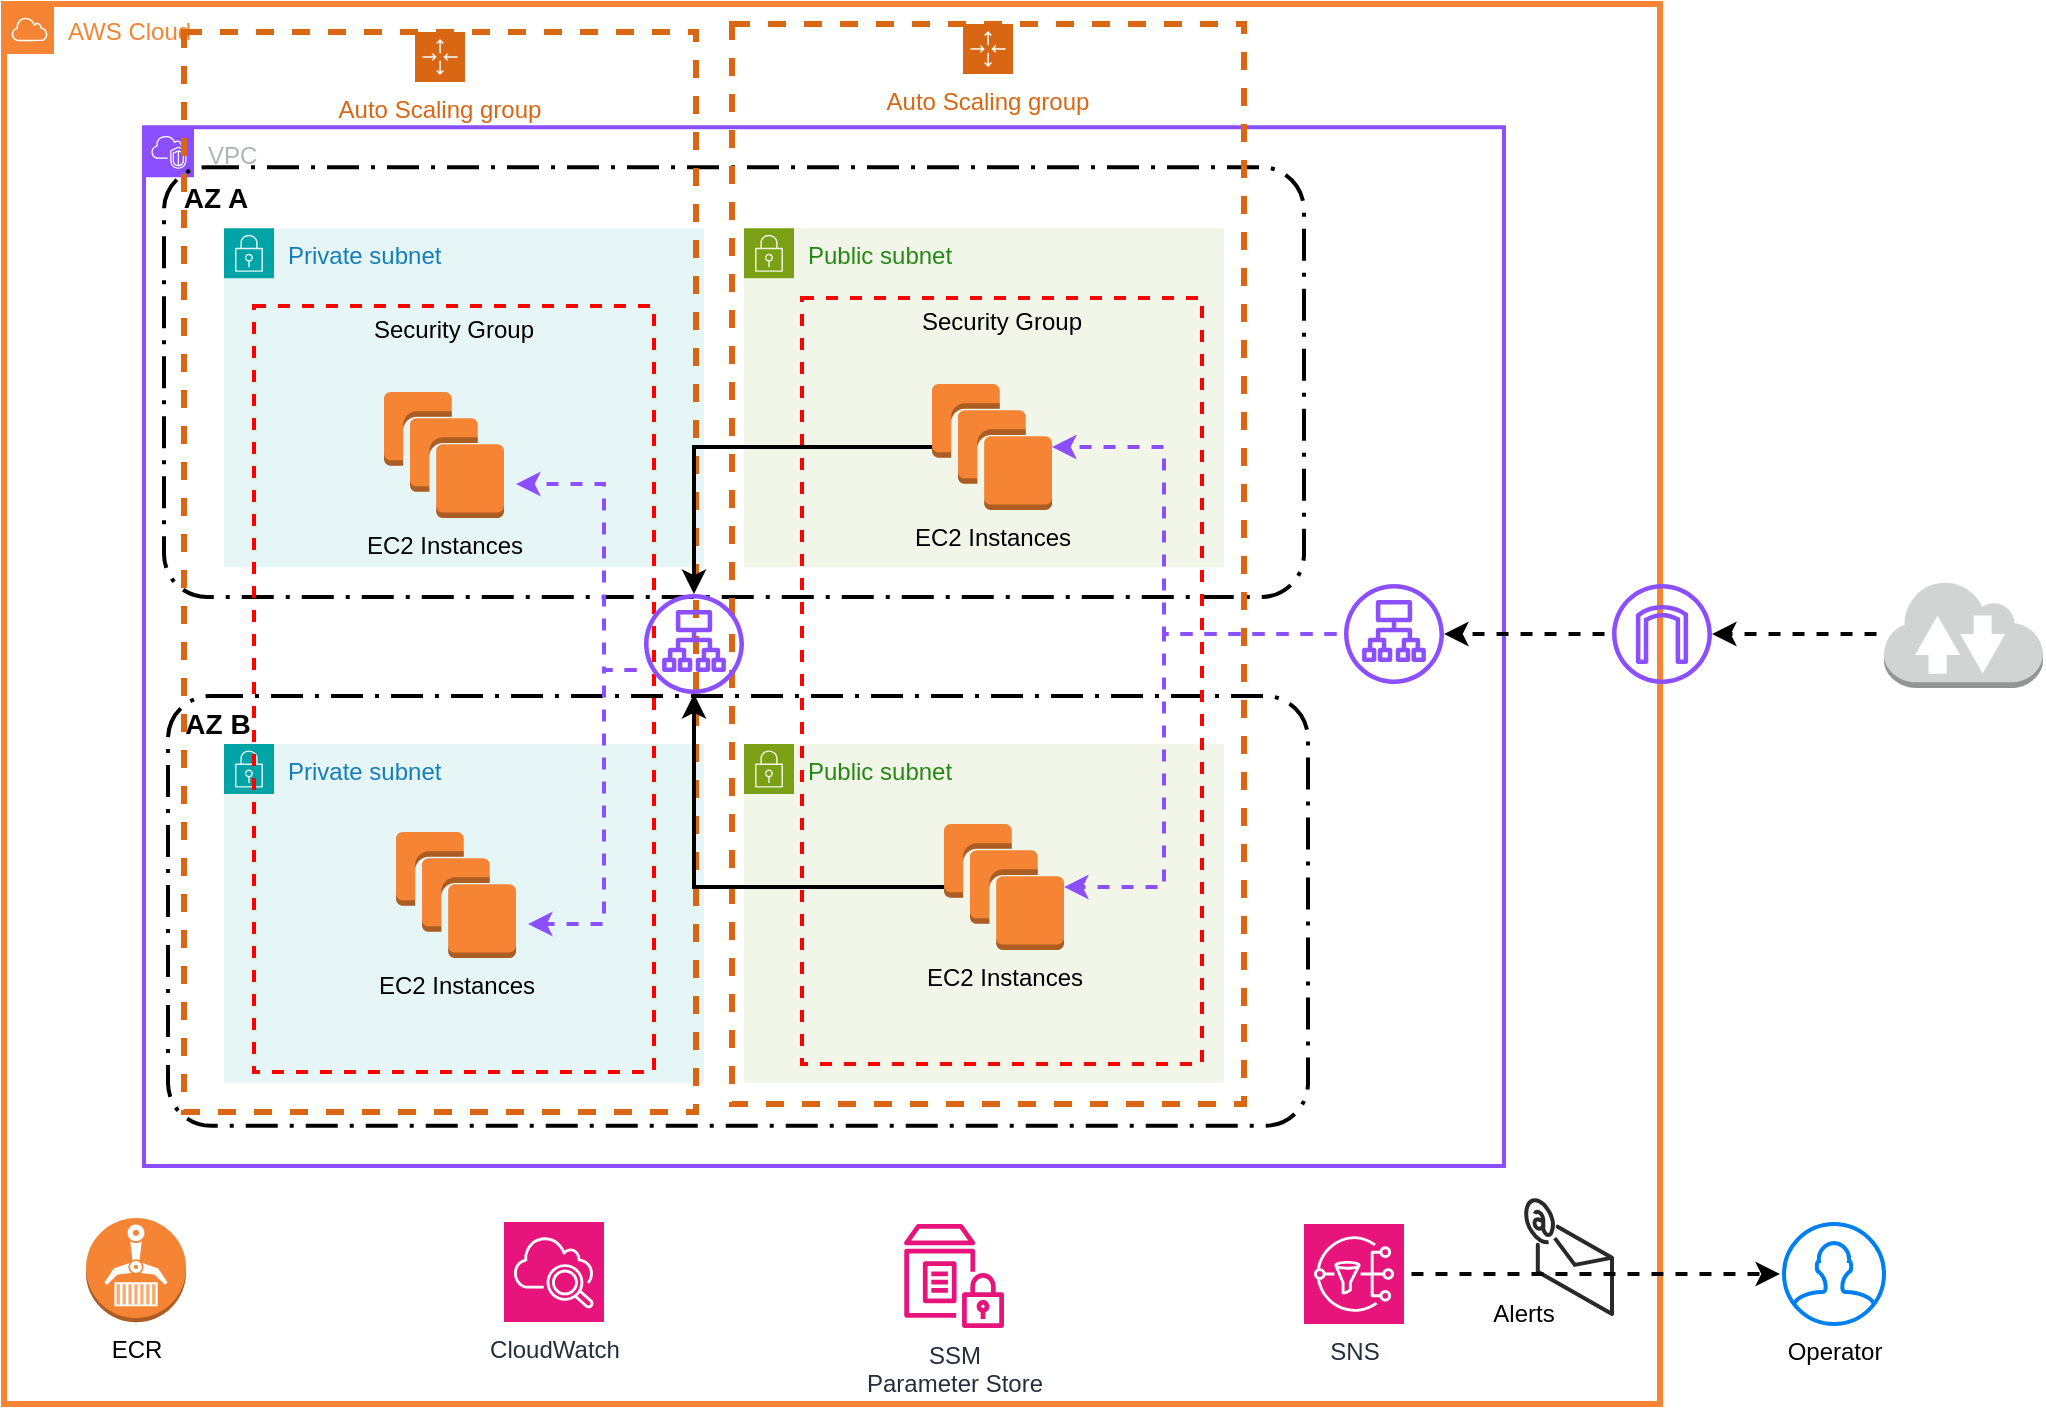
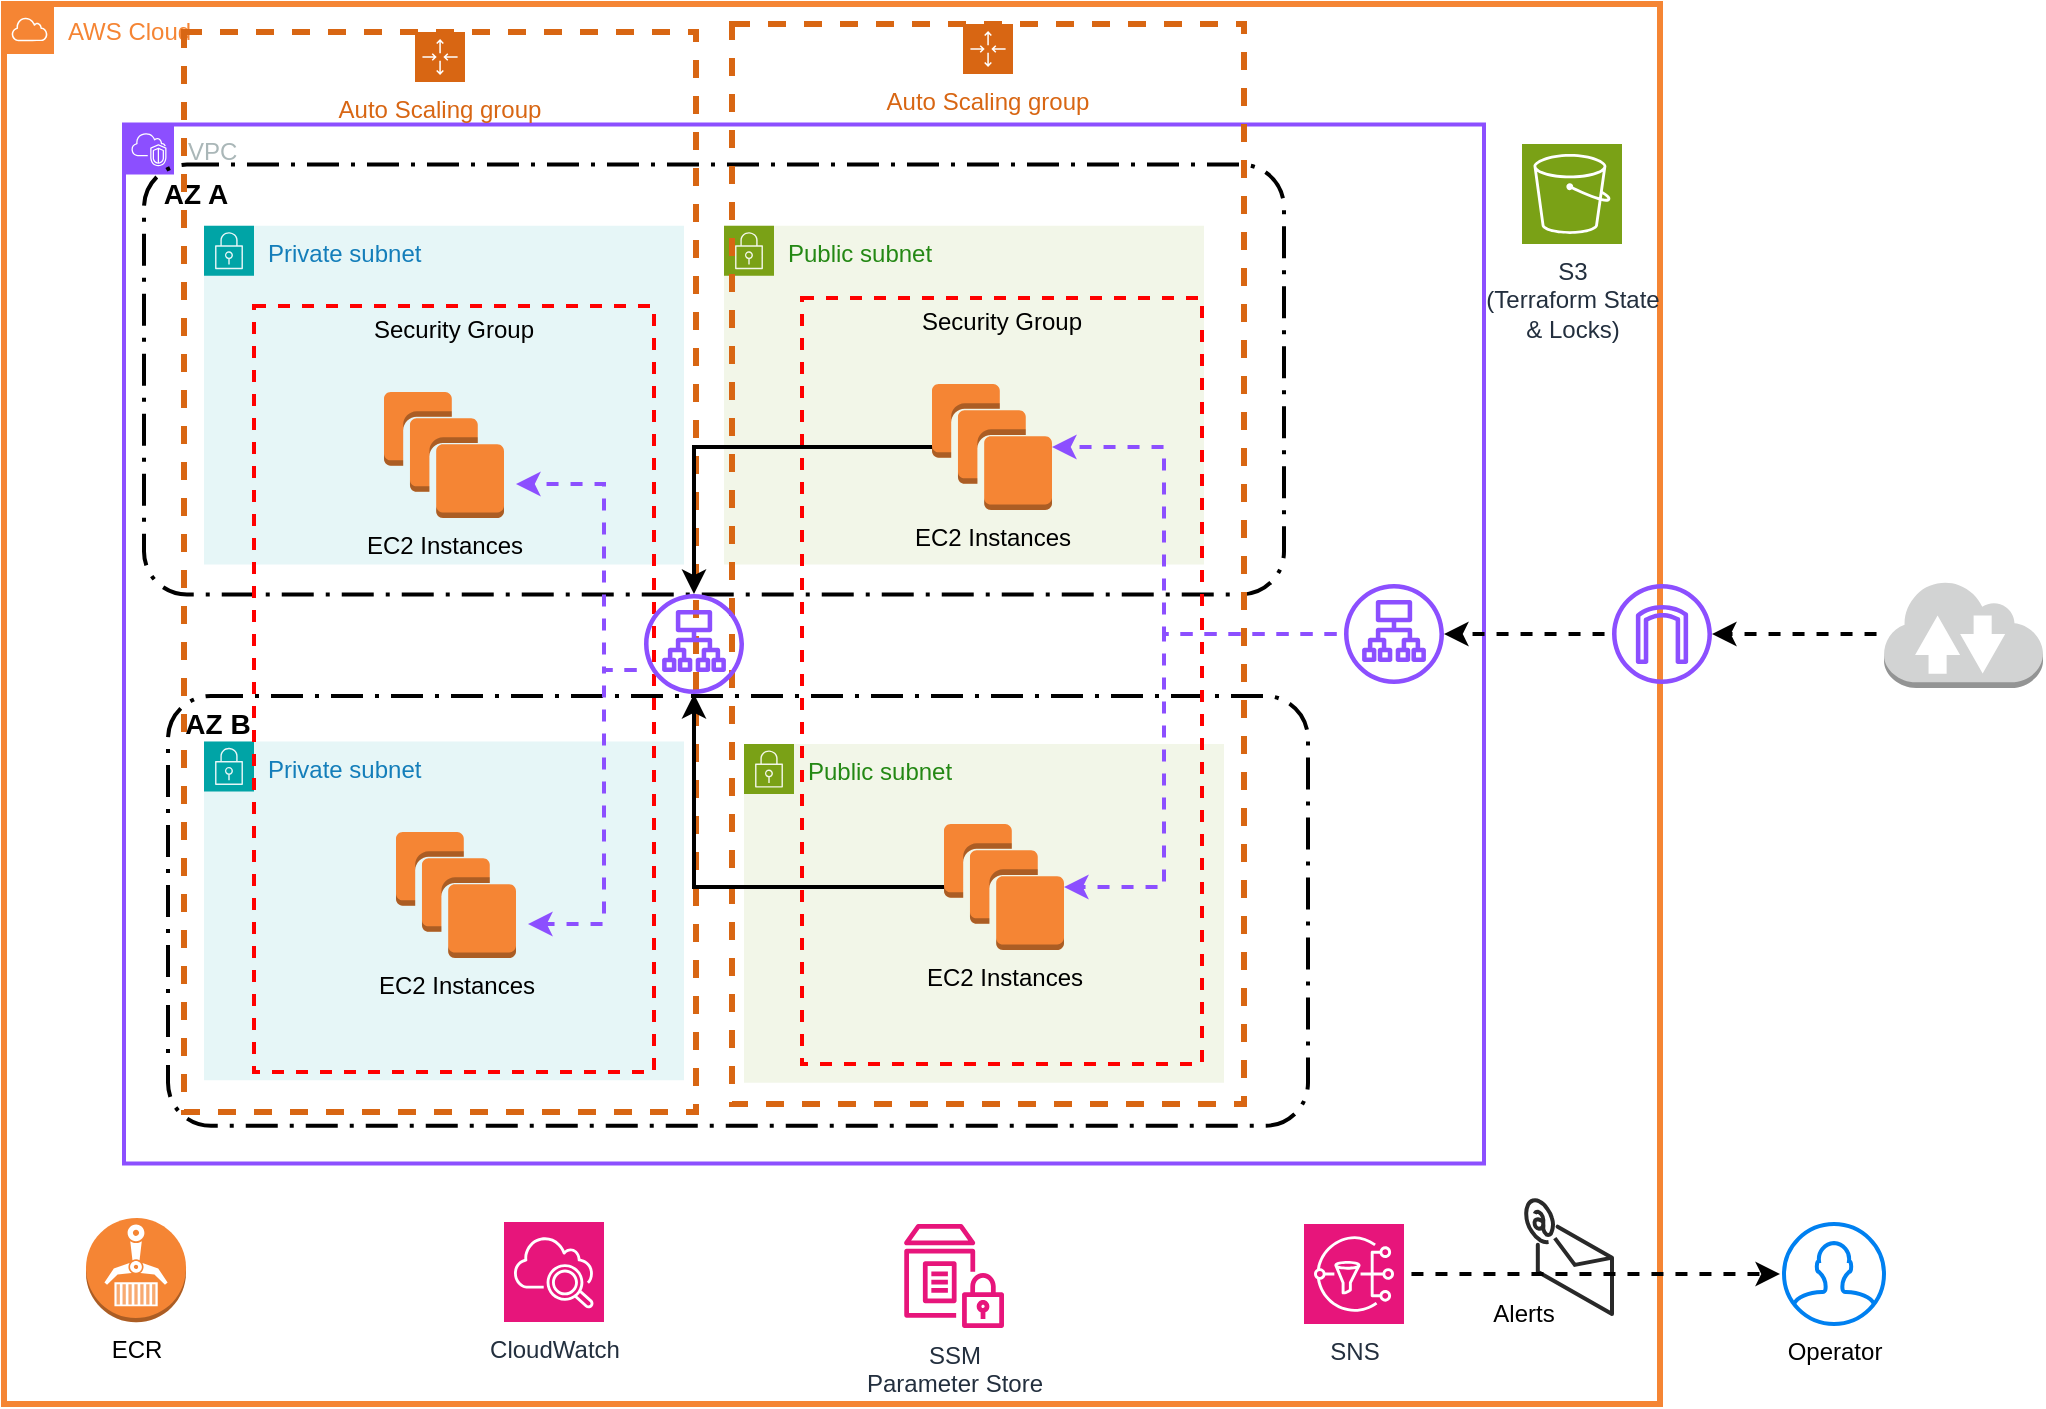
<mxfile host="Electron" pages="2">
  <diagram name="base.infra" id="Wlg3GRKtD0a5Hm-VBESS">
    <mxGraphModel dx="1006" dy="749" grid="1" gridSize="10" guides="1" tooltips="1" connect="1" arrows="1" fold="1" page="1" pageScale="1" pageWidth="827" pageHeight="1169" math="0" shadow="0">
      <root>
        <mxCell id="0" />
        <mxCell id="1" parent="0" />
        <mxCell id="nsOT9R_EV_EPsh7IC3CZ-16" parent="1" style="points=[[0,0],[0.25,0],[0.5,0],[0.75,0],[1,0],[1,0.25],[1,0.5],[1,0.75],[1,1],[0.75,1],[0.5,1],[0.25,1],[0,1],[0,0.75],[0,0.5],[0,0.25]];outlineConnect=0;gradientColor=none;html=1;whiteSpace=wrap;fontSize=12;fontStyle=0;container=1;pointerEvents=0;collapsible=0;recursiveResize=0;shape=mxgraph.aws4.group;grIcon=mxgraph.aws4.group_security_group;grStroke=0;strokeColor=#7AA116;fillColor=#F2F6E8;verticalAlign=top;align=left;spacingLeft=30;fontColor=#248814;dashed=0;dropTarget=1;" value="Public subnet" vertex="1">
          <mxGeometry height="169.43" width="240" x="420" y="550" as="geometry" />
        </mxCell>
        <mxCell id="nsOT9R_EV_EPsh7IC3CZ-23" parent="1" style="rounded=1;arcSize=10;dashed=1;fillColor=none;gradientColor=none;dashPattern=8 3 1 3;strokeWidth=2;" value="" vertex="1">
          <mxGeometry height="214.93" width="570" x="132" y="526" as="geometry" />
        </mxCell>
        <mxCell id="nsOT9R_EV_EPsh7IC3CZ-1" parent="1" style="sketch=0;outlineConnect=0;gradientColor=none;html=1;whiteSpace=wrap;fontSize=12;fontStyle=0;shape=mxgraph.aws4.group;grIcon=mxgraph.aws4.group_aws_cloud;strokeColor=#F58534;fillColor=none;verticalAlign=top;align=left;spacingLeft=30;fontColor=#F58534;dashed=0;strokeWidth=3;container=1;dropTarget=1;collapsible=0;recursiveResize=0;" value="AWS Cloud" vertex="1">
          <mxGeometry height="700" width="828" x="50" y="180" as="geometry" />
        </mxCell>
        <mxCell id="nsOT9R_EV_EPsh7IC3CZ-3" parent="nsOT9R_EV_EPsh7IC3CZ-1" style="points=[[0,0],[0.25,0],[0.5,0],[0.75,0],[1,0],[1,0.25],[1,0.5],[1,0.75],[1,1],[0.75,1],[0.5,1],[0.25,1],[0,1],[0,0.75],[0,0.5],[0,0.25]];outlineConnect=0;gradientColor=none;html=1;whiteSpace=wrap;fontSize=12;fontStyle=0;container=1;pointerEvents=0;collapsible=0;recursiveResize=0;shape=mxgraph.aws4.group;grIcon=mxgraph.aws4.group_vpc2;strokeColor=#8C4FFF;fillColor=none;verticalAlign=top;align=left;spacingLeft=30;fontColor=#AAB7B8;dashed=0;strokeWidth=2;dropTarget=1;expand=0;" value="VPC" vertex="1">
-           <mxGeometry height="519.43" width="680" x="70" y="61.57" as="geometry" />
+           <mxGeometry height="519.43" width="680" x="60" y="60.29" as="geometry" />
        </mxCell>
        <mxCell id="nsOT9R_EV_EPsh7IC3CZ-4" parent="nsOT9R_EV_EPsh7IC3CZ-3" style="points=[[0,0],[0.25,0],[0.5,0],[0.75,0],[1,0],[1,0.25],[1,0.5],[1,0.75],[1,1],[0.75,1],[0.5,1],[0.25,1],[0,1],[0,0.75],[0,0.5],[0,0.25]];outlineConnect=0;gradientColor=none;html=1;whiteSpace=wrap;fontSize=12;fontStyle=0;container=1;pointerEvents=0;collapsible=0;recursiveResize=0;shape=mxgraph.aws4.group;grIcon=mxgraph.aws4.group_security_group;grStroke=0;strokeColor=#00A4A6;fillColor=#E6F6F7;verticalAlign=top;align=left;spacingLeft=30;fontColor=#147EBA;dashed=0;dropTarget=1;" value="Private subnet" vertex="1">
          <mxGeometry height="169.43" width="240" x="40" y="50.57" as="geometry" />
        </mxCell>
        <mxCell id="nsOT9R_EV_EPsh7IC3CZ-5" parent="nsOT9R_EV_EPsh7IC3CZ-3" style="points=[[0,0],[0.25,0],[0.5,0],[0.75,0],[1,0],[1,0.25],[1,0.5],[1,0.75],[1,1],[0.75,1],[0.5,1],[0.25,1],[0,1],[0,0.75],[0,0.5],[0,0.25]];outlineConnect=0;gradientColor=none;html=1;whiteSpace=wrap;fontSize=12;fontStyle=0;container=1;pointerEvents=0;collapsible=0;recursiveResize=0;shape=mxgraph.aws4.group;grIcon=mxgraph.aws4.group_security_group;grStroke=0;strokeColor=#7AA116;fillColor=#F2F6E8;verticalAlign=top;align=left;spacingLeft=30;fontColor=#248814;dashed=0;dropTarget=1;" value="Public subnet" vertex="1">
          <mxGeometry height="169.43" width="240" x="300" y="50.57" as="geometry" />
        </mxCell>
        <mxCell id="nsOT9R_EV_EPsh7IC3CZ-18" parent="nsOT9R_EV_EPsh7IC3CZ-3" style="points=[[0,0],[0.25,0],[0.5,0],[0.75,0],[1,0],[1,0.25],[1,0.5],[1,0.75],[1,1],[0.75,1],[0.5,1],[0.25,1],[0,1],[0,0.75],[0,0.5],[0,0.25]];outlineConnect=0;gradientColor=none;html=1;whiteSpace=wrap;fontSize=12;fontStyle=0;container=1;pointerEvents=0;collapsible=0;recursiveResize=0;shape=mxgraph.aws4.group;grIcon=mxgraph.aws4.group_security_group;grStroke=0;strokeColor=#00A4A6;fillColor=#E6F6F7;verticalAlign=top;align=left;spacingLeft=30;fontColor=#147EBA;dashed=0;dropTarget=1;" value="Private subnet" vertex="1">
          <mxGeometry height="169.43" width="240" x="40" y="308.42857142857144" as="geometry" />
        </mxCell>
        <mxCell id="nsOT9R_EV_EPsh7IC3CZ-20" parent="nsOT9R_EV_EPsh7IC3CZ-3" style="rounded=1;arcSize=10;dashed=1;fillColor=none;gradientColor=none;dashPattern=8 3 1 3;strokeWidth=2;" value="" vertex="1">
          <mxGeometry height="214.93" width="570" x="10" y="20" as="geometry" />
        </mxCell>
        <mxCell id="nsOT9R_EV_EPsh7IC3CZ-21" parent="nsOT9R_EV_EPsh7IC3CZ-3" style="text;html=1;whiteSpace=wrap;strokeColor=none;fillColor=none;align=center;verticalAlign=middle;rounded=0;fontStyle=1;fontSize=14;" value="AZ A" vertex="1">
          <mxGeometry height="30" width="60" x="6" y="20" as="geometry" />
        </mxCell>
        <mxCell id="nsOT9R_EV_EPsh7IC3CZ-22" parent="nsOT9R_EV_EPsh7IC3CZ-1" style="text;html=1;whiteSpace=wrap;strokeColor=none;fillColor=none;align=center;verticalAlign=middle;rounded=0;fontStyle=1;fontSize=14;" value="AZ B" vertex="1">
          <mxGeometry height="30" width="60" x="77" y="345" as="geometry" />
        </mxCell>
        <mxCell id="nsOT9R_EV_EPsh7IC3CZ-24" parent="nsOT9R_EV_EPsh7IC3CZ-1" style="points=[[0,0],[0.25,0],[0.5,0],[0.75,0],[1,0],[1,0.25],[1,0.5],[1,0.75],[1,1],[0.75,1],[0.5,1],[0.25,1],[0,1],[0,0.75],[0,0.5],[0,0.25]];outlineConnect=0;gradientColor=none;html=1;whiteSpace=wrap;fontSize=12;fontStyle=0;container=1;pointerEvents=0;collapsible=0;recursiveResize=0;shape=mxgraph.aws4.groupCenter;grIcon=mxgraph.aws4.group_auto_scaling_group;grStroke=1;strokeColor=#D86613;fillColor=none;verticalAlign=top;align=center;fontColor=#D86613;dashed=1;spacingTop=25;strokeWidth=3;" value="Auto Scaling group" vertex="1">
          <mxGeometry height="540" width="256" x="364" y="10" as="geometry" />
        </mxCell>
        <mxCell id="nsOT9R_EV_EPsh7IC3CZ-25" parent="nsOT9R_EV_EPsh7IC3CZ-24" style="fontStyle=0;verticalAlign=top;align=center;spacingTop=-2;fillColor=none;rounded=0;whiteSpace=wrap;html=1;strokeColor=#FF0000;strokeWidth=2;dashed=1;container=1;collapsible=0;expand=0;recursiveResize=0;" value="Security Group" vertex="1">
          <mxGeometry height="383" width="200" x="35" y="137" as="geometry" />
        </mxCell>
        <mxCell id="nsOT9R_EV_EPsh7IC3CZ-26" parent="nsOT9R_EV_EPsh7IC3CZ-25" style="outlineConnect=0;dashed=0;verticalLabelPosition=bottom;verticalAlign=top;align=center;html=1;shape=mxgraph.aws3.instances;fillColor=#F58534;gradientColor=none;" value="EC2 Instances" vertex="1">
          <mxGeometry height="63" width="60" x="65" y="43" as="geometry" />
        </mxCell>
        <mxCell id="nsOT9R_EV_EPsh7IC3CZ-27" parent="nsOT9R_EV_EPsh7IC3CZ-25" style="outlineConnect=0;dashed=0;verticalLabelPosition=bottom;verticalAlign=top;align=center;html=1;shape=mxgraph.aws3.instances;fillColor=#F58534;gradientColor=none;" value="EC2 Instances" vertex="1">
          <mxGeometry height="63" width="60" x="71" y="263" as="geometry" />
        </mxCell>
        <mxCell id="nsOT9R_EV_EPsh7IC3CZ-28" parent="nsOT9R_EV_EPsh7IC3CZ-1" style="sketch=0;outlineConnect=0;fontColor=#232F3E;gradientColor=none;fillColor=#8C4FFF;strokeColor=none;dashed=0;verticalLabelPosition=bottom;verticalAlign=top;align=center;html=1;fontSize=12;fontStyle=0;aspect=fixed;pointerEvents=1;shape=mxgraph.aws4.application_load_balancer;" value="" vertex="1">
          <mxGeometry height="50" width="50" x="670" y="290" as="geometry" />
        </mxCell>
        <mxCell id="nsOT9R_EV_EPsh7IC3CZ-29" edge="1" parent="nsOT9R_EV_EPsh7IC3CZ-1" source="nsOT9R_EV_EPsh7IC3CZ-28" style="edgeStyle=orthogonalEdgeStyle;rounded=0;orthogonalLoop=1;jettySize=auto;html=1;entryX=1;entryY=0.5;entryDx=0;entryDy=0;entryPerimeter=0;strokeWidth=2;strokeColor=#8C4FFF;dashed=1;flowAnimation=1;" target="nsOT9R_EV_EPsh7IC3CZ-26">
          <mxGeometry relative="1" as="geometry">
            <Array as="points">
              <mxPoint x="580" y="315" />
              <mxPoint x="580" y="222" />
            </Array>
          </mxGeometry>
        </mxCell>
        <mxCell id="nsOT9R_EV_EPsh7IC3CZ-30" edge="1" parent="nsOT9R_EV_EPsh7IC3CZ-1" source="nsOT9R_EV_EPsh7IC3CZ-28" style="edgeStyle=orthogonalEdgeStyle;rounded=0;orthogonalLoop=1;jettySize=auto;html=1;entryX=1;entryY=0.5;entryDx=0;entryDy=0;entryPerimeter=0;strokeWidth=2;strokeColor=#8C4FFF;dashed=1;flowAnimation=1;" target="nsOT9R_EV_EPsh7IC3CZ-27">
          <mxGeometry relative="1" as="geometry">
            <Array as="points">
              <mxPoint x="580" y="315" />
              <mxPoint x="580" y="442" />
            </Array>
          </mxGeometry>
        </mxCell>
        <mxCell id="nsOT9R_EV_EPsh7IC3CZ-33" edge="1" parent="nsOT9R_EV_EPsh7IC3CZ-1" source="nsOT9R_EV_EPsh7IC3CZ-31" style="edgeStyle=orthogonalEdgeStyle;rounded=0;orthogonalLoop=1;jettySize=auto;html=1;strokeWidth=2;dashed=1;flowAnimation=1;" target="nsOT9R_EV_EPsh7IC3CZ-28">
          <mxGeometry relative="1" as="geometry" />
        </mxCell>
        <mxCell id="nsOT9R_EV_EPsh7IC3CZ-31" parent="nsOT9R_EV_EPsh7IC3CZ-1" style="sketch=0;outlineConnect=0;fontColor=#232F3E;gradientColor=none;fillColor=#8C4FFF;strokeColor=none;dashed=0;verticalLabelPosition=bottom;verticalAlign=top;align=center;html=1;fontSize=12;fontStyle=0;aspect=fixed;pointerEvents=1;shape=mxgraph.aws4.internet_gateway;" value="" vertex="1">
          <mxGeometry height="50" width="50" x="804" y="290" as="geometry" />
        </mxCell>
        <mxCell id="r-5KPK1cjB6c5gKl7f75-2" parent="nsOT9R_EV_EPsh7IC3CZ-1" style="points=[[0,0],[0.25,0],[0.5,0],[0.75,0],[1,0],[1,0.25],[1,0.5],[1,0.75],[1,1],[0.75,1],[0.5,1],[0.25,1],[0,1],[0,0.75],[0,0.5],[0,0.25]];outlineConnect=0;gradientColor=none;html=1;whiteSpace=wrap;fontSize=12;fontStyle=0;container=1;pointerEvents=0;collapsible=0;recursiveResize=0;shape=mxgraph.aws4.groupCenter;grIcon=mxgraph.aws4.group_auto_scaling_group;grStroke=1;strokeColor=#D86613;fillColor=none;verticalAlign=top;align=center;fontColor=#D86613;dashed=1;spacingTop=25;strokeWidth=3;" value="Auto Scaling group" vertex="1">
          <mxGeometry height="540" width="256" x="90" y="14" as="geometry" />
        </mxCell>
        <mxCell id="r-5KPK1cjB6c5gKl7f75-3" parent="r-5KPK1cjB6c5gKl7f75-2" style="fontStyle=0;verticalAlign=top;align=center;spacingTop=-2;fillColor=none;rounded=0;whiteSpace=wrap;html=1;strokeColor=#FF0000;strokeWidth=2;dashed=1;container=1;collapsible=0;expand=0;recursiveResize=0;" value="Security Group" vertex="1">
          <mxGeometry height="383" width="200" x="35" y="137" as="geometry" />
        </mxCell>
        <mxCell id="r-5KPK1cjB6c5gKl7f75-4" parent="r-5KPK1cjB6c5gKl7f75-3" style="outlineConnect=0;dashed=0;verticalLabelPosition=bottom;verticalAlign=top;align=center;html=1;shape=mxgraph.aws3.instances;fillColor=#F58534;gradientColor=none;" value="EC2 Instances" vertex="1">
          <mxGeometry height="63" width="60" x="65" y="43" as="geometry" />
        </mxCell>
        <mxCell id="r-5KPK1cjB6c5gKl7f75-5" parent="r-5KPK1cjB6c5gKl7f75-3" style="outlineConnect=0;dashed=0;verticalLabelPosition=bottom;verticalAlign=top;align=center;html=1;shape=mxgraph.aws3.instances;fillColor=#F58534;gradientColor=none;" value="EC2 Instances" vertex="1">
          <mxGeometry height="63" width="60" x="71" y="263" as="geometry" />
        </mxCell>
        <mxCell id="r-5KPK1cjB6c5gKl7f75-7" edge="1" parent="r-5KPK1cjB6c5gKl7f75-3" source="r-5KPK1cjB6c5gKl7f75-6" style="edgeStyle=orthogonalEdgeStyle;rounded=0;orthogonalLoop=1;jettySize=auto;html=1;entryX=1;entryY=0.5;entryDx=0;entryDy=0;entryPerimeter=0;strokeWidth=2;strokeColor=#8C4FFF;dashed=1;flowAnimation=1;">
          <mxGeometry relative="1" as="geometry">
            <Array as="points">
              <mxPoint x="175" y="182" />
              <mxPoint x="175" y="89" />
            </Array>
            <mxPoint x="277" y="182" as="sourcePoint" />
            <mxPoint x="131" y="89" as="targetPoint" />
          </mxGeometry>
        </mxCell>
        <mxCell id="r-5KPK1cjB6c5gKl7f75-8" edge="1" parent="r-5KPK1cjB6c5gKl7f75-3" source="r-5KPK1cjB6c5gKl7f75-6" style="edgeStyle=orthogonalEdgeStyle;rounded=0;orthogonalLoop=1;jettySize=auto;html=1;entryX=1;entryY=0.5;entryDx=0;entryDy=0;entryPerimeter=0;strokeWidth=2;strokeColor=#8C4FFF;dashed=1;flowAnimation=1;">
          <mxGeometry relative="1" as="geometry">
            <Array as="points">
              <mxPoint x="175" y="182" />
              <mxPoint x="175" y="309" />
            </Array>
            <mxPoint x="277" y="182" as="sourcePoint" />
            <mxPoint x="137" y="309" as="targetPoint" />
          </mxGeometry>
        </mxCell>
        <mxCell id="r-5KPK1cjB6c5gKl7f75-6" parent="nsOT9R_EV_EPsh7IC3CZ-1" style="sketch=0;outlineConnect=0;fontColor=#232F3E;gradientColor=none;fillColor=#8C4FFF;strokeColor=none;dashed=0;verticalLabelPosition=bottom;verticalAlign=top;align=center;html=1;fontSize=12;fontStyle=0;aspect=fixed;pointerEvents=1;shape=mxgraph.aws4.application_load_balancer;" value="" vertex="1">
          <mxGeometry height="50" width="50" x="320" y="295" as="geometry" />
        </mxCell>
        <mxCell id="r-5KPK1cjB6c5gKl7f75-9" edge="1" parent="nsOT9R_EV_EPsh7IC3CZ-1" source="nsOT9R_EV_EPsh7IC3CZ-26" style="edgeStyle=orthogonalEdgeStyle;rounded=0;orthogonalLoop=1;jettySize=auto;html=1;strokeWidth=2;" target="r-5KPK1cjB6c5gKl7f75-6">
          <mxGeometry relative="1" as="geometry" />
        </mxCell>
        <mxCell id="r-5KPK1cjB6c5gKl7f75-10" edge="1" parent="nsOT9R_EV_EPsh7IC3CZ-1" source="nsOT9R_EV_EPsh7IC3CZ-27" style="edgeStyle=orthogonalEdgeStyle;rounded=0;orthogonalLoop=1;jettySize=auto;html=1;strokeWidth=2;" target="r-5KPK1cjB6c5gKl7f75-6">
          <mxGeometry relative="1" as="geometry" />
        </mxCell>
        <mxCell id="frvfOK20ST5srTL0oEHg-1" parent="nsOT9R_EV_EPsh7IC3CZ-1" style="outlineConnect=0;dashed=0;verticalLabelPosition=bottom;verticalAlign=top;align=center;html=1;shape=mxgraph.aws3.ecr;fillColor=#F58534;gradientColor=none;aspect=fixed;" value="ECR" vertex="1">
          <mxGeometry height="52.17" width="50" x="41" y="607" as="geometry" />
        </mxCell>
        <mxCell id="frvfOK20ST5srTL0oEHg-2" parent="nsOT9R_EV_EPsh7IC3CZ-1" style="sketch=0;points=[[0,0,0],[0.25,0,0],[0.5,0,0],[0.75,0,0],[1,0,0],[0,1,0],[0.25,1,0],[0.5,1,0],[0.75,1,0],[1,1,0],[0,0.25,0],[0,0.5,0],[0,0.75,0],[1,0.25,0],[1,0.5,0],[1,0.75,0]];points=[[0,0,0],[0.25,0,0],[0.5,0,0],[0.75,0,0],[1,0,0],[0,1,0],[0.25,1,0],[0.5,1,0],[0.75,1,0],[1,1,0],[0,0.25,0],[0,0.5,0],[0,0.75,0],[1,0.25,0],[1,0.5,0],[1,0.75,0]];outlineConnect=0;fontColor=#232F3E;fillColor=#E7157B;strokeColor=#ffffff;dashed=0;verticalLabelPosition=bottom;verticalAlign=top;align=center;html=1;fontSize=12;fontStyle=0;aspect=fixed;shape=mxgraph.aws4.resourceIcon;resIcon=mxgraph.aws4.cloudwatch_2;" value="CloudWatch" vertex="1">
          <mxGeometry height="50" width="50" x="250" y="609" as="geometry" />
        </mxCell>
        <mxCell id="frvfOK20ST5srTL0oEHg-3" parent="nsOT9R_EV_EPsh7IC3CZ-1" style="sketch=0;outlineConnect=0;fontColor=#232F3E;gradientColor=none;fillColor=#E7157B;strokeColor=none;dashed=0;verticalLabelPosition=bottom;verticalAlign=top;align=center;html=1;fontSize=12;fontStyle=0;aspect=fixed;pointerEvents=1;shape=mxgraph.aws4.parameter_store;" value="SSM&lt;div&gt;Parameter Store&lt;/div&gt;" vertex="1">
          <mxGeometry height="52" width="50" x="450" y="610" as="geometry" />
        </mxCell>
        <mxCell id="frvfOK20ST5srTL0oEHg-4" parent="nsOT9R_EV_EPsh7IC3CZ-1" style="sketch=0;points=[[0,0,0],[0.25,0,0],[0.5,0,0],[0.75,0,0],[1,0,0],[0,1,0],[0.25,1,0],[0.5,1,0],[0.75,1,0],[1,1,0],[0,0.25,0],[0,0.5,0],[0,0.75,0],[1,0.25,0],[1,0.5,0],[1,0.75,0]];outlineConnect=0;fontColor=#232F3E;fillColor=#E7157B;strokeColor=#ffffff;dashed=0;verticalLabelPosition=bottom;verticalAlign=top;align=center;html=1;fontSize=12;fontStyle=0;aspect=fixed;shape=mxgraph.aws4.resourceIcon;resIcon=mxgraph.aws4.sns;" value="SNS" vertex="1">
          <mxGeometry height="50" width="50" x="650" y="610" as="geometry" />
        </mxCell>
        <mxCell id="frvfOK20ST5srTL0oEHg-7" parent="nsOT9R_EV_EPsh7IC3CZ-1" style="verticalLabelPosition=bottom;html=1;verticalAlign=top;strokeWidth=1;align=center;outlineConnect=0;dashed=0;outlineConnect=0;shape=mxgraph.aws3d.email;aspect=fixed;strokeColor=#292929;" value="" vertex="1">
          <mxGeometry height="56.99999999999999" width="43" x="761" y="598" as="geometry" />
        </mxCell>
        <mxCell id="frvfOK20ST5srTL0oEHg-8" parent="nsOT9R_EV_EPsh7IC3CZ-1" style="text;html=1;whiteSpace=wrap;strokeColor=none;fillColor=none;align=center;verticalAlign=middle;rounded=0;" value="Alerts" vertex="1">
          <mxGeometry height="30" width="60" x="730" y="640" as="geometry" />
+         </mxCell>
+         <mxCell id="-DVUPz1qawv90jmeN7Wb-1" parent="nsOT9R_EV_EPsh7IC3CZ-1" style="sketch=0;points=[[0,0,0],[0.25,0,0],[0.5,0,0],[0.75,0,0],[1,0,0],[0,1,0],[0.25,1,0],[0.5,1,0],[0.75,1,0],[1,1,0],[0,0.25,0],[0,0.5,0],[0,0.75,0],[1,0.25,0],[1,0.5,0],[1,0.75,0]];outlineConnect=0;fontColor=#232F3E;fillColor=#7AA116;strokeColor=#ffffff;dashed=0;verticalLabelPosition=bottom;verticalAlign=top;align=center;html=1;fontSize=12;fontStyle=0;aspect=fixed;shape=mxgraph.aws4.resourceIcon;resIcon=mxgraph.aws4.s3;" value="S3&lt;div&gt;(Terraform State&lt;/div&gt;&lt;div&gt;&amp;amp; Locks)&lt;/div&gt;" vertex="1">
+           <mxGeometry height="50" width="50" x="759" y="70" as="geometry" />
        </mxCell>
        <mxCell id="nsOT9R_EV_EPsh7IC3CZ-35" edge="1" parent="1" source="nsOT9R_EV_EPsh7IC3CZ-34" style="edgeStyle=orthogonalEdgeStyle;rounded=0;orthogonalLoop=1;jettySize=auto;html=1;strokeWidth=2;dashed=1;flowAnimation=1;" target="nsOT9R_EV_EPsh7IC3CZ-31">
          <mxGeometry relative="1" as="geometry" />
        </mxCell>
        <mxCell id="nsOT9R_EV_EPsh7IC3CZ-34" parent="1" style="outlineConnect=0;dashed=0;verticalLabelPosition=bottom;verticalAlign=top;align=center;html=1;shape=mxgraph.aws3.internet_2;fillColor=#D2D3D3;gradientColor=none;" value="" vertex="1">
          <mxGeometry height="54" width="79.5" x="990" y="468" as="geometry" />
        </mxCell>
        <mxCell id="frvfOK20ST5srTL0oEHg-5" parent="1" style="html=1;verticalLabelPosition=bottom;align=center;labelBackgroundColor=#ffffff;verticalAlign=top;strokeWidth=2;strokeColor=#0080F0;shadow=0;dashed=0;shape=mxgraph.ios7.icons.user;aspect=fixed;" value="Operator" vertex="1">
          <mxGeometry height="50" width="50" x="940" y="790" as="geometry" />
        </mxCell>
        <mxCell id="frvfOK20ST5srTL0oEHg-6" edge="1" parent="1" source="frvfOK20ST5srTL0oEHg-4" style="edgeStyle=orthogonalEdgeStyle;rounded=0;orthogonalLoop=1;jettySize=auto;html=1;entryX=-0.04;entryY=0.5;entryDx=0;entryDy=0;entryPerimeter=0;strokeWidth=2;dashed=1;flowAnimation=1;" target="frvfOK20ST5srTL0oEHg-5">
          <mxGeometry relative="1" as="geometry" />
        </mxCell>
      </root>
    </mxGraphModel>
  </diagram>
  <diagram id="eBVx31AWAEsT7nuV6IbC" name="cicd.docker">
    <mxGraphModel dx="1118" dy="832" grid="1" gridSize="10" guides="1" tooltips="1" connect="1" arrows="1" fold="1" page="1" pageScale="1" pageWidth="827" pageHeight="1169" math="0" shadow="0">
      <root>
        <mxCell id="0" />
        <mxCell id="1" parent="0" />
        <mxCell id="3spYDltQkjSnrDjDbDkx-3" parent="1" style="sketch=0;outlineConnect=0;gradientColor=none;html=1;whiteSpace=wrap;fontSize=12;fontStyle=0;shape=mxgraph.aws4.group;grIcon=mxgraph.aws4.group_aws_cloud;strokeColor=#F58534;fillColor=none;verticalAlign=top;align=left;spacingLeft=30;fontColor=#F58534;dashed=0;strokeWidth=3;container=1;dropTarget=1;collapsible=0;recursiveResize=0;" value="AWS Cloud" vertex="1">
          <mxGeometry height="260" width="650" x="610" y="1090" as="geometry" />
        </mxCell>
        <mxCell id="MLImxJn-EwaZwAPiTnrv-2" parent="3spYDltQkjSnrDjDbDkx-3" style="rounded=0;whiteSpace=wrap;html=1;fillColor=none;dropTarget=1;container=1;collapsible=0;strokeWidth=2;" value="" vertex="1">
          <mxGeometry height="170" width="240" x="391" y="44" as="geometry" />
        </mxCell>
        <mxCell id="MLImxJn-EwaZwAPiTnrv-3" parent="MLImxJn-EwaZwAPiTnrv-2" style="sketch=0;points=[[0,0,0],[0.25,0,0],[0.5,0,0],[0.75,0,0],[1,0,0],[0,1,0],[0.25,1,0],[0.5,1,0],[0.75,1,0],[1,1,0],[0,0.25,0],[0,0.5,0],[0,0.75,0],[1,0.25,0],[1,0.5,0],[1,0.75,0]];outlineConnect=0;fontColor=#232F3E;fillColor=#ED7100;strokeColor=#ffffff;dashed=0;verticalLabelPosition=bottom;verticalAlign=top;align=center;html=1;fontSize=12;fontStyle=0;aspect=fixed;shape=mxgraph.aws4.resourceIcon;resIcon=mxgraph.aws4.ecr;" value="" vertex="1">
          <mxGeometry height="50" width="50" x="1.2" as="geometry" />
        </mxCell>
        <mxCell id="MLImxJn-EwaZwAPiTnrv-4" parent="MLImxJn-EwaZwAPiTnrv-2" style="text;html=1;whiteSpace=wrap;strokeColor=none;fillColor=none;align=center;verticalAlign=middle;rounded=0;" value="Elastic Container Registry" vertex="1">
          <mxGeometry height="30" width="180" x="57.599999999999994" y="-2" as="geometry" />
        </mxCell>
        <mxCell id="MLImxJn-EwaZwAPiTnrv-5" parent="MLImxJn-EwaZwAPiTnrv-2" style="rounded=0;whiteSpace=wrap;html=1;" value="UI Repo" vertex="1">
          <mxGeometry height="49" width="80" x="10" y="80" as="geometry" />
        </mxCell>
        <mxCell id="MLImxJn-EwaZwAPiTnrv-6" parent="MLImxJn-EwaZwAPiTnrv-2" style="rounded=0;whiteSpace=wrap;html=1;" value="Backend Repo" vertex="1">
          <mxGeometry height="49" width="80" x="150" y="80" as="geometry" />
        </mxCell>
        <mxCell id="MLImxJn-EwaZwAPiTnrv-25" edge="1" parent="3spYDltQkjSnrDjDbDkx-3" source="MLImxJn-EwaZwAPiTnrv-8" style="edgeStyle=orthogonalEdgeStyle;rounded=0;orthogonalLoop=1;jettySize=auto;html=1;" target="MLImxJn-EwaZwAPiTnrv-9">
          <mxGeometry relative="1" as="geometry" />
        </mxCell>
        <mxCell id="MLImxJn-EwaZwAPiTnrv-8" parent="3spYDltQkjSnrDjDbDkx-3" style="sketch=0;outlineConnect=0;fontColor=#232F3E;gradientColor=none;fillColor=#DD344C;strokeColor=none;dashed=0;verticalLabelPosition=bottom;verticalAlign=top;align=center;html=1;fontSize=12;fontStyle=0;aspect=fixed;pointerEvents=1;shape=mxgraph.aws4.sts_alternate;" value="" vertex="1">
          <mxGeometry height="62.9" width="50" x="230" y="44" as="geometry" />
        </mxCell>
        <mxCell id="MLImxJn-EwaZwAPiTnrv-9" parent="3spYDltQkjSnrDjDbDkx-3" style="sketch=0;outlineConnect=0;fontColor=#232F3E;gradientColor=none;fillColor=#DD344C;strokeColor=none;dashed=0;verticalLabelPosition=bottom;verticalAlign=top;align=center;html=1;fontSize=12;fontStyle=0;aspect=fixed;pointerEvents=1;shape=mxgraph.aws4.role;" value="IAM Role" vertex="1">
          <mxGeometry height="44" width="78" x="216" y="180" as="geometry" />
        </mxCell>
        <mxCell id="MLImxJn-EwaZwAPiTnrv-10" parent="3spYDltQkjSnrDjDbDkx-3" style="image;aspect=fixed;perimeter=ellipsePerimeter;html=1;align=center;shadow=0;dashed=0;fontColor=#4277BB;labelBackgroundColor=default;fontSize=12;spacingTop=3;image=img/lib/ibm/security/identity_provider.svg;" value="GitHub OIDC&lt;div&gt;Provider&lt;/div&gt;" vertex="1">
          <mxGeometry height="60" width="60" x="80" y="44" as="geometry" />
        </mxCell>
        <mxCell id="3spYDltQkjSnrDjDbDkx-20" parent="1" style="rounded=0;whiteSpace=wrap;html=1;fillColor=none;strokeWidth=3;container=1;dropTarget=1;collapsible=0;recursiveResize=1;" value="" vertex="1">
          <mxGeometry height="400" width="1020" x="240" y="620" as="geometry" />
        </mxCell>
        <mxCell id="3spYDltQkjSnrDjDbDkx-21" parent="3spYDltQkjSnrDjDbDkx-20" style="dashed=0;outlineConnect=0;html=1;align=center;labelPosition=center;verticalLabelPosition=bottom;verticalAlign=top;shape=mxgraph.weblogos.github;aspect=fixed;" value="" vertex="1">
          <mxGeometry height="70.83333333333334" width="70.83333333333334" as="geometry" />
        </mxCell>
        <mxCell id="MLImxJn-EwaZwAPiTnrv-1" parent="3spYDltQkjSnrDjDbDkx-20" style="rounded=0;whiteSpace=wrap;html=1;container=1;dropTarget=1;collapsible=0;fillColor=none;dashed=1;strokeWidth=2;" value="" vertex="1">
          <mxGeometry height="340" width="530" x="460" y="30" as="geometry" />
        </mxCell>
        <mxCell id="MLImxJn-EwaZwAPiTnrv-14" parent="MLImxJn-EwaZwAPiTnrv-1" style="text;html=1;whiteSpace=wrap;strokeColor=none;fillColor=none;align=center;verticalAlign=middle;rounded=0;fontSize=14;fontStyle=1" value="GitHub Workflow" vertex="1">
          <mxGeometry height="56.66666666666666" width="206.11111111111114" x="161.94444444444443" as="geometry" />
        </mxCell>
        <mxCell id="MLImxJn-EwaZwAPiTnrv-27" edge="1" parent="MLImxJn-EwaZwAPiTnrv-1" source="MLImxJn-EwaZwAPiTnrv-19" style="edgeStyle=orthogonalEdgeStyle;rounded=0;orthogonalLoop=1;jettySize=auto;html=1;curved=1;" target="MLImxJn-EwaZwAPiTnrv-20">
          <mxGeometry relative="1" as="geometry" />
        </mxCell>
        <mxCell id="MLImxJn-EwaZwAPiTnrv-19" parent="MLImxJn-EwaZwAPiTnrv-1" style="rounded=0;whiteSpace=wrap;html=1;" value="Docker Build &amp;amp; Push&lt;div&gt;Action&lt;/div&gt;" vertex="1">
          <mxGeometry height="54.77777777777777" width="155.1219512195122" x="11.28127140633114" y="110.00111111111107" as="geometry" />
        </mxCell>
        <mxCell id="MLImxJn-EwaZwAPiTnrv-32" edge="1" parent="MLImxJn-EwaZwAPiTnrv-1" source="MLImxJn-EwaZwAPiTnrv-20" style="edgeStyle=orthogonalEdgeStyle;rounded=0;orthogonalLoop=1;jettySize=auto;html=1;entryX=0;entryY=0.5;entryDx=0;entryDy=0;" target="MLImxJn-EwaZwAPiTnrv-22">
          <mxGeometry relative="1" as="geometry" />
        </mxCell>
        <mxCell id="MLImxJn-EwaZwAPiTnrv-20" parent="MLImxJn-EwaZwAPiTnrv-1" style="rounded=0;whiteSpace=wrap;html=1;" value="Request OIDC Token" vertex="1">
          <mxGeometry height="54.78" width="135.31914893617022" x="101.48936170212765" y="230" as="geometry" />
        </mxCell>
        <mxCell id="MLImxJn-EwaZwAPiTnrv-31" edge="1" parent="MLImxJn-EwaZwAPiTnrv-1" source="MLImxJn-EwaZwAPiTnrv-22" style="edgeStyle=orthogonalEdgeStyle;rounded=0;orthogonalLoop=1;jettySize=auto;html=1;entryX=0.5;entryY=1;entryDx=0;entryDy=0;curved=1;" target="MLImxJn-EwaZwAPiTnrv-29">
          <mxGeometry relative="1" as="geometry" />
        </mxCell>
        <mxCell id="MLImxJn-EwaZwAPiTnrv-22" parent="MLImxJn-EwaZwAPiTnrv-1" style="rounded=0;whiteSpace=wrap;html=1;" value="Assume IAM&lt;div&gt;Role&lt;/div&gt;" vertex="1">
          <mxGeometry height="54.78" width="135.31914893617022" x="282.06382978723406" y="230" as="geometry" />
        </mxCell>
        <mxCell id="MLImxJn-EwaZwAPiTnrv-33" edge="1" parent="MLImxJn-EwaZwAPiTnrv-1" source="MLImxJn-EwaZwAPiTnrv-29" style="edgeStyle=orthogonalEdgeStyle;rounded=0;orthogonalLoop=1;jettySize=auto;html=1;entryX=0;entryY=0.5;entryDx=0;entryDy=0;" target="MLImxJn-EwaZwAPiTnrv-30">
          <mxGeometry relative="1" as="geometry" />
        </mxCell>
        <mxCell id="MLImxJn-EwaZwAPiTnrv-29" parent="MLImxJn-EwaZwAPiTnrv-1" style="rounded=0;whiteSpace=wrap;html=1;" value="Docker&amp;nbsp;&lt;div&gt;Build&lt;/div&gt;" vertex="1">
          <mxGeometry height="44.78" width="89.96468085106383" x="270.00382978723405" y="110" as="geometry" />
        </mxCell>
        <mxCell id="MLImxJn-EwaZwAPiTnrv-30" parent="MLImxJn-EwaZwAPiTnrv-1" style="rounded=0;whiteSpace=wrap;html=1;" value="Push&lt;div&gt;To&lt;/div&gt;&lt;div&gt;ECR&lt;/div&gt;" vertex="1">
          <mxGeometry height="44.78" width="89.96468085106383" x="430.0040425531915" y="110.00000000000003" as="geometry" />
        </mxCell>
        <mxCell id="MLImxJn-EwaZwAPiTnrv-13" edge="1" parent="3spYDltQkjSnrDjDbDkx-20" source="MLImxJn-EwaZwAPiTnrv-11" style="edgeStyle=orthogonalEdgeStyle;rounded=0;orthogonalLoop=1;jettySize=auto;html=1;entryX=0;entryY=0.5;entryDx=0;entryDy=0;" target="MLImxJn-EwaZwAPiTnrv-12">
          <mxGeometry relative="1" as="geometry" />
        </mxCell>
        <mxCell id="MLImxJn-EwaZwAPiTnrv-11" parent="3spYDltQkjSnrDjDbDkx-20" style="html=1;shape=mxgraph.infographic.ribbonSimple;notch1=20;notch2=0;align=center;verticalAlign=middle;fontSize=14;fontStyle=0;fillColor=#FFFFFF;flipH=0;spacingRight=0;spacingLeft=14;whiteSpace=wrap;" value="Event: Merged PR" vertex="1">
          <mxGeometry height="40" width="150" x="10" y="160" as="geometry" />
        </mxCell>
        <mxCell id="MLImxJn-EwaZwAPiTnrv-17" edge="1" parent="3spYDltQkjSnrDjDbDkx-20" source="MLImxJn-EwaZwAPiTnrv-12" style="edgeStyle=orthogonalEdgeStyle;rounded=0;orthogonalLoop=1;jettySize=auto;html=1;entryX=0;entryY=0.5;entryDx=0;entryDy=0;" target="MLImxJn-EwaZwAPiTnrv-15">
          <mxGeometry relative="1" as="geometry">
            <Array as="points">
              <mxPoint x="250" y="75" />
            </Array>
          </mxGeometry>
        </mxCell>
        <mxCell id="MLImxJn-EwaZwAPiTnrv-18" edge="1" parent="3spYDltQkjSnrDjDbDkx-20" source="MLImxJn-EwaZwAPiTnrv-12" style="edgeStyle=orthogonalEdgeStyle;rounded=0;orthogonalLoop=1;jettySize=auto;html=1;entryX=0;entryY=0.5;entryDx=0;entryDy=0;" target="MLImxJn-EwaZwAPiTnrv-16">
          <mxGeometry relative="1" as="geometry">
            <Array as="points">
              <mxPoint x="250" y="284" />
            </Array>
          </mxGeometry>
        </mxCell>
        <mxCell id="MLImxJn-EwaZwAPiTnrv-12" parent="3spYDltQkjSnrDjDbDkx-20" style="rhombus;whiteSpace=wrap;html=1;" value="UI&lt;div&gt;or&lt;br&gt;Backend&lt;/div&gt;" vertex="1">
          <mxGeometry height="90" width="100" x="200" y="135" as="geometry" />
        </mxCell>
        <mxCell id="MLImxJn-EwaZwAPiTnrv-35" edge="1" parent="3spYDltQkjSnrDjDbDkx-20" source="MLImxJn-EwaZwAPiTnrv-15" style="edgeStyle=orthogonalEdgeStyle;rounded=0;orthogonalLoop=1;jettySize=auto;html=1;entryX=0.25;entryY=0;entryDx=0;entryDy=0;" target="MLImxJn-EwaZwAPiTnrv-19">
          <mxGeometry relative="1" as="geometry" />
        </mxCell>
        <mxCell id="MLImxJn-EwaZwAPiTnrv-15" parent="3spYDltQkjSnrDjDbDkx-20" style="rounded=0;whiteSpace=wrap;html=1;" value="Checkout UI&lt;div&gt;Code&lt;/div&gt;" vertex="1">
          <mxGeometry height="29" width="120" x="320" y="60" as="geometry" />
        </mxCell>
        <mxCell id="MLImxJn-EwaZwAPiTnrv-36" edge="1" parent="3spYDltQkjSnrDjDbDkx-20" source="MLImxJn-EwaZwAPiTnrv-16" style="edgeStyle=orthogonalEdgeStyle;rounded=0;orthogonalLoop=1;jettySize=auto;html=1;entryX=0.25;entryY=1;entryDx=0;entryDy=0;" target="MLImxJn-EwaZwAPiTnrv-19">
          <mxGeometry relative="1" as="geometry" />
        </mxCell>
        <mxCell id="MLImxJn-EwaZwAPiTnrv-16" parent="3spYDltQkjSnrDjDbDkx-20" style="rounded=0;whiteSpace=wrap;html=1;" value="Checkout Backend&lt;div&gt;Code&lt;/div&gt;" vertex="1">
          <mxGeometry height="29" width="120" x="320" y="270" as="geometry" />
        </mxCell>
        <mxCell id="MLImxJn-EwaZwAPiTnrv-21" edge="1" parent="1" source="MLImxJn-EwaZwAPiTnrv-20" style="edgeStyle=orthogonalEdgeStyle;rounded=0;orthogonalLoop=1;jettySize=auto;html=1;entryX=0.5;entryY=0;entryDx=0;entryDy=0;curved=1;" target="MLImxJn-EwaZwAPiTnrv-10">
          <mxGeometry relative="1" as="geometry" />
        </mxCell>
        <mxCell id="MLImxJn-EwaZwAPiTnrv-23" edge="1" parent="1" source="MLImxJn-EwaZwAPiTnrv-22" style="edgeStyle=orthogonalEdgeStyle;rounded=0;orthogonalLoop=1;jettySize=auto;html=1;curved=1;" target="MLImxJn-EwaZwAPiTnrv-8">
          <mxGeometry relative="1" as="geometry">
            <Array as="points">
              <mxPoint x="1000" y="1165" />
            </Array>
          </mxGeometry>
        </mxCell>
        <mxCell id="MLImxJn-EwaZwAPiTnrv-34" edge="1" parent="1" source="MLImxJn-EwaZwAPiTnrv-30" style="rounded=0;orthogonalLoop=1;jettySize=auto;html=1;entryX=0.426;entryY=-0.004;entryDx=0;entryDy=0;entryPerimeter=0;" target="MLImxJn-EwaZwAPiTnrv-4">
          <mxGeometry relative="1" as="geometry" />
        </mxCell>
      </root>
    </mxGraphModel>
  </diagram>
</mxfile>
